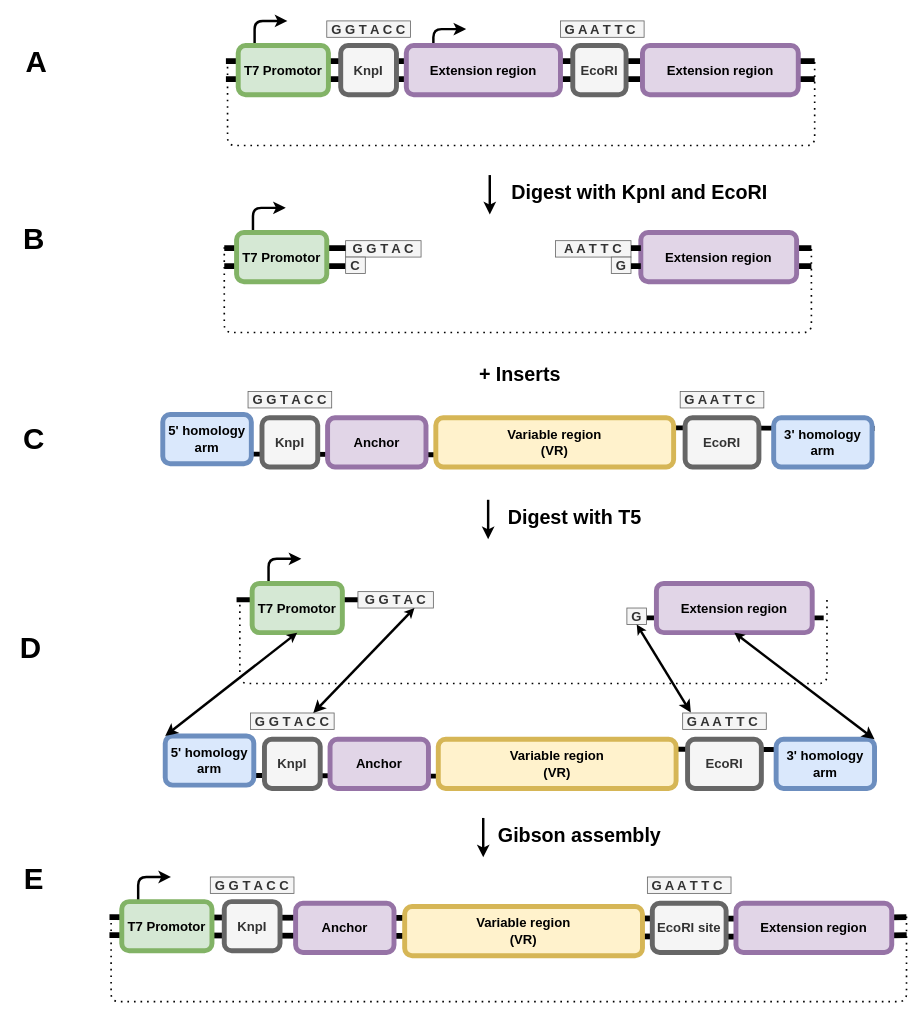
EthanHolleman/VR-cloning-protocol keeps this draw.io diagram as page "T7-Initiation-series" (1 of 5) of diagrams/construct_diagrams.drawio. Above is the earlier version. Source tidied: cells renumbered, new cells numbered last; positions are measured from the earlier drawing's top-left corner, leaving out a move shared by most shapes. Both pictures are drawn from the tidied source at 82%, with x=0, y=0 at pixel (14, 20).
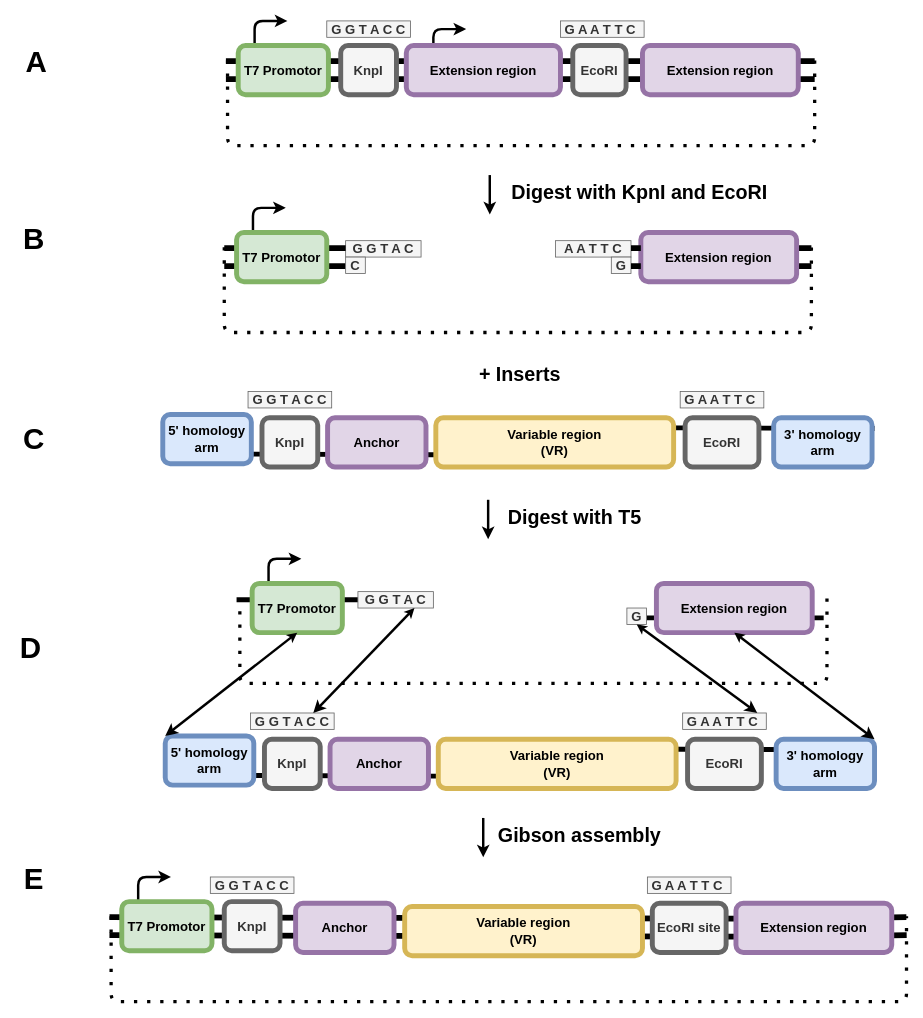
The same page after the edit.

The change refers to these unchanged cells:
```xml
<mxCell id="39" value="&lt;span style=&quot;font-size: 16px&quot;&gt;&lt;b&gt;G&lt;/b&gt;&lt;/span&gt;" style="text;html=1;strokeColor=#666666;fillColor=#f5f5f5;align=center;verticalAlign=middle;whiteSpace=wrap;rounded=0;fontColor=#333333;" parent="1" vertex="1">
  <mxGeometry x="747" y="716" width="24" height="20" as="geometry" />
</mxCell>
<mxCell id="51" value="&lt;b&gt;&lt;font style=&quot;font-size: 16px&quot;&gt;G A A T T C&amp;nbsp;&lt;/font&gt;&lt;/b&gt;" style="text;html=1;strokeColor=#666666;fillColor=#f5f5f5;align=center;verticalAlign=middle;whiteSpace=wrap;rounded=0;fontColor=#333333;" parent="1" vertex="1">
  <mxGeometry x="815" y="844" width="102" height="20" as="geometry" />
</mxCell>
```

Change to the diagram source:
```diff
@@
-    <mxCell id="30" style="endArrow=none;dashed=1;html=1;dashPattern=1 3;strokeWidth=2;" parent="1" edge="1">
+    <mxCell id="30" style="endArrow=none;dashed=1;html=1;dashPattern=1 3;strokeWidth=4;" parent="1" edge="1">
       <mxGeometry relative="1" as="geometry">
         <mxPoint x="260" y="48" as="sourcePoint" />
         <mxPoint x="976" y="48" as="targetPoint" />
         <Array as="points">
           <mxPoint x="260" y="152" />
           <mxPoint x="976" y="152" />
         </Array>
       </mxGeometry>
     </mxCell>
-    <mxCell id="31" style="endArrow=none;dashed=1;html=1;dashPattern=1 3;strokeWidth=2;" parent="1" edge="1">
+    <mxCell id="31" style="endArrow=none;dashed=1;html=1;dashPattern=1 3;strokeWidth=4;" parent="1" edge="1">
       <mxGeometry relative="1" as="geometry">
         <mxPoint x="256" y="276" as="sourcePoint" />
         <mxPoint x="972" y="276" as="targetPoint" />
         <Array as="points">
           <mxPoint x="256" y="380" />
           <mxPoint x="972" y="380" />
         </Array>
       </mxGeometry>
     </mxCell>
@@
-    <mxCell id="41" style="endArrow=none;dashed=1;html=1;dashPattern=1 3;strokeWidth=2;" parent="1" edge="1">
+    <mxCell id="41" style="endArrow=none;dashed=1;html=1;dashPattern=1 3;strokeWidth=4;" parent="1" edge="1">
       <mxGeometry relative="1" as="geometry">
         <mxPoint x="275" y="704" as="sourcePoint" />
         <mxPoint x="991" y="704" as="targetPoint" />
         <Array as="points">
           <mxPoint x="275" y="808" />
           <mxPoint x="991" y="808" />
         </Array>
       </mxGeometry>
     </mxCell>
@@
-    <mxCell id="54" style="endArrow=classic;html=1;fontSize=24;strokeWidth=3;entryX=0.5;entryY=1;entryDx=0;entryDy=0;exitX=0.098;exitY=-0.025;exitDx=0;exitDy=0;startArrow=classic;startFill=1;endSize=3;exitPerimeter=0;" parent="1" edge="1" source="51" target="39">
+    <mxCell id="54" style="endArrow=classic;html=1;fontSize=24;strokeWidth=3;entryX=0.5;entryY=1;entryDx=0;entryDy=0;exitX=0.892;exitY=0;exitDx=0;exitDy=0;startArrow=classic;startFill=1;endSize=3;exitPerimeter=0;" parent="1" edge="1" source="51" target="39">
       <mxGeometry relative="1" as="geometry" />
     </mxCell>
@@
-    <mxCell id="61" style="endArrow=none;dashed=1;html=1;dashPattern=1 3;strokeWidth=2;" parent="1" edge="1">
+    <mxCell id="61" style="endArrow=none;dashed=1;html=1;dashPattern=1 3;strokeWidth=4;" parent="1" edge="1">
       <mxGeometry relative="1" as="geometry">
         <mxPoint x="118" y="1092" as="sourcePoint" />
         <mxPoint x="1088" y="1092" as="targetPoint" />
         <Array as="points">
           <mxPoint x="118" y="1196" />
           <mxPoint x="1088" y="1196" />
         </Array>
       </mxGeometry>
     </mxCell>
```
